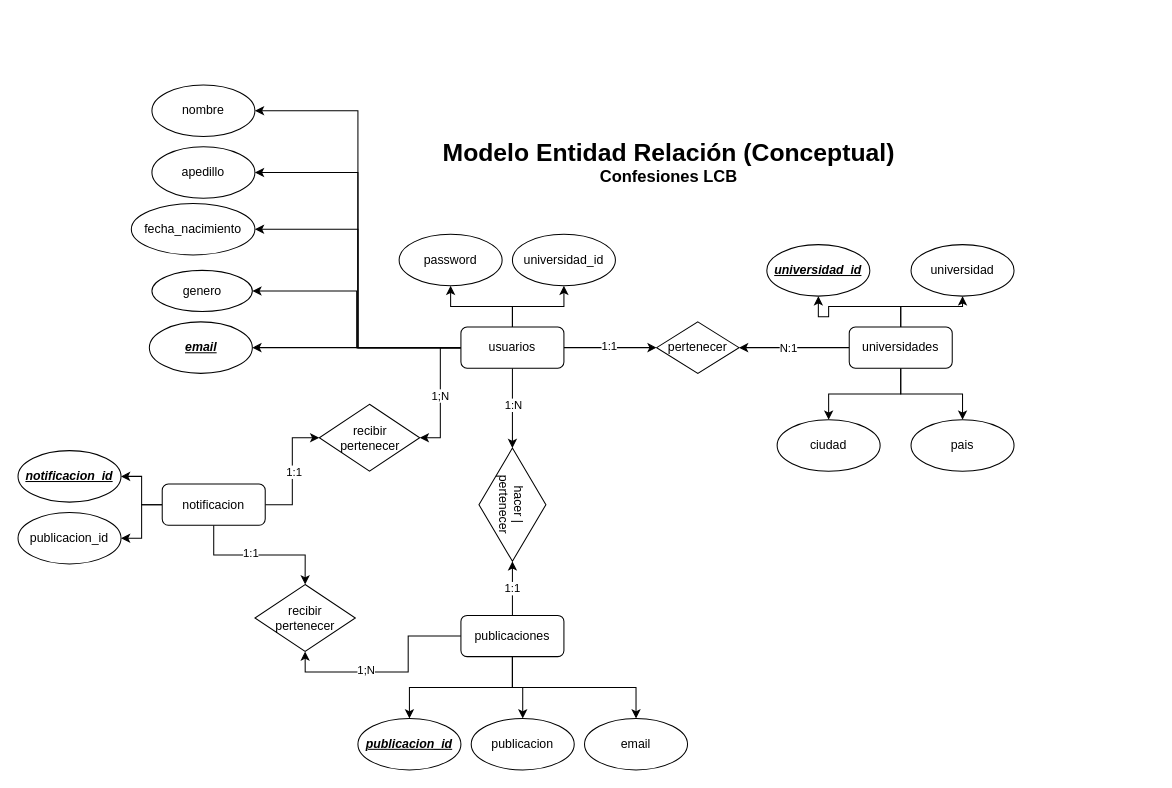
Before: Modelo_RL_confesionesLCB.drawio in sergioromero2k/2K_CodeConfessionsLCB, a draw.io diagram. Source tidied: cells renumbered, new cells numbered last; positions are measured from the earlier drawing's top-left corner, leaving out a move shared by most shapes. Both pictures are drawn from the tidied source at 103%, with x=0, y=0 at pixel (18, 84).
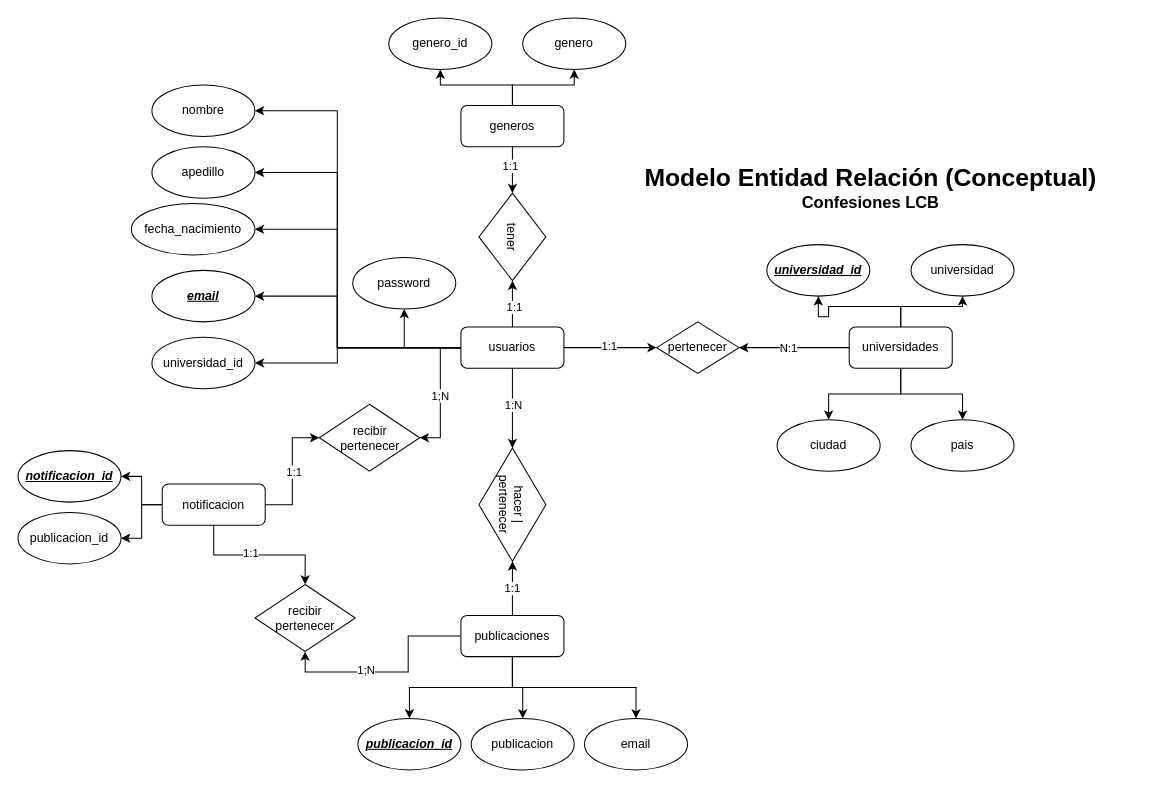
The same diagram, later.

Unchanged cells that the change refers to:
```xml
<mxCell id="2" value="nombre" style="ellipse;whiteSpace=wrap;html=1;" parent="1" vertex="1">
  <mxGeometry x="130" width="100" height="50" as="geometry" />
</mxCell>
<mxCell id="3" value="fecha_nacimiento" style="ellipse;whiteSpace=wrap;html=1;" parent="1" vertex="1">
  <mxGeometry x="110" y="115" width="120" height="50" as="geometry" />
</mxCell>
<mxCell id="21" value="usuarios" style="rounded=1;whiteSpace=wrap;html=1;" parent="1" vertex="1">
  <mxGeometry x="430" y="235" width="100" height="40" as="geometry" />
</mxCell>
<mxCell id="56" value="apedillo" style="ellipse;whiteSpace=wrap;html=1;" parent="1" vertex="1">
  <mxGeometry x="130" y="60" width="100" height="50" as="geometry" />
</mxCell>
```

Diff of the diagram source:
```diff
@@
-    <mxCell id="4" value="genero" style="ellipse;whiteSpace=wrap;html=1;" parent="1" vertex="1">
-      <mxGeometry x="130" y="180" width="97.5" height="40" as="geometry" />
-    </mxCell>
     <mxCell id="5" value="&lt;i&gt;&lt;b&gt;&lt;u&gt;email&lt;/u&gt;&lt;/b&gt;&lt;/i&gt;" style="ellipse;whiteSpace=wrap;html=1;" parent="1" vertex="1">
-      <mxGeometry x="127.5" y="230" width="100" height="50" as="geometry" />
+      <mxGeometry x="130" y="180" width="100" height="50" as="geometry" />
     </mxCell>
     <mxCell id="6" value="password" style="ellipse;whiteSpace=wrap;html=1;" parent="1" vertex="1">
-      <mxGeometry x="370" y="145" width="100" height="50" as="geometry" />
+      <mxGeometry x="325" y="167.5" width="100" height="50" as="geometry" />
     </mxCell>
     <mxCell id="7" value="universidad_id" style="ellipse;whiteSpace=wrap;html=1;" parent="1" vertex="1">
-      <mxGeometry x="480" y="145" width="100" height="50" as="geometry" />
+      <mxGeometry x="130" y="245" width="100" height="50" as="geometry" />
     </mxCell>
@@
     <mxCell id="12" style="edgeStyle=orthogonalEdgeStyle;rounded=0;jettySize=auto;html=1;entryX=1;entryY=0.5;entryDx=0;entryDy=0;" parent="1" edge="1" source="21" target="2">
-      <mxGeometry relative="1" as="geometry" />
+      <mxGeometry relative="1" as="geometry">
+        <Array as="points">
+          <mxPoint x="310" y="255" />
+          <mxPoint x="310" y="25" />
+        </Array>
+      </mxGeometry>
     </mxCell>
     <mxCell id="13" style="edgeStyle=orthogonalEdgeStyle;rounded=0;jettySize=auto;html=1;entryX=1;entryY=0.5;entryDx=0;entryDy=0;" parent="1" edge="1" source="21" target="56">
-      <mxGeometry relative="1" as="geometry" />
+      <mxGeometry relative="1" as="geometry">
+        <Array as="points">
+          <mxPoint x="310" y="255" />
+          <mxPoint x="310" y="85" />
+        </Array>
+      </mxGeometry>
     </mxCell>
     <mxCell id="14" style="edgeStyle=orthogonalEdgeStyle;rounded=0;jettySize=auto;html=1;entryX=1;entryY=0.5;entryDx=0;entryDy=0;" parent="1" edge="1" source="21" target="3">
-      <mxGeometry relative="1" as="geometry" />
+      <mxGeometry relative="1" as="geometry">
+        <Array as="points">
+          <mxPoint x="310" y="255" />
+          <mxPoint x="310" y="140" />
+        </Array>
+      </mxGeometry>
     </mxCell>
-    <mxCell id="15" style="edgeStyle=orthogonalEdgeStyle;rounded=0;jettySize=auto;html=1;entryX=1;entryY=0.5;entryDx=0;entryDy=0;" parent="1" edge="1" source="21" target="4">
-      <mxGeometry relative="1" as="geometry" />
-    </mxCell>
     <mxCell id="16" style="edgeStyle=orthogonalEdgeStyle;rounded=0;jettySize=auto;html=1;entryX=1;entryY=0.5;entryDx=0;entryDy=0;" parent="1" edge="1" source="21" target="5">
-      <mxGeometry relative="1" as="geometry" />
+      <mxGeometry relative="1" as="geometry">
+        <Array as="points">
+          <mxPoint x="310" y="255" />
+          <mxPoint x="310" y="205" />
+        </Array>
+      </mxGeometry>
     </mxCell>
-    <mxCell id="17" style="edgeStyle=orthogonalEdgeStyle;rounded=0;jettySize=auto;html=1;entryX=0.5;entryY=1;entryDx=0;entryDy=0;" parent="1" edge="1" source="21" target="7">
-      <mxGeometry relative="1" as="geometry" />
-    </mxCell>
-    <mxCell id="18" style="edgeStyle=orthogonalEdgeStyle;rounded=0;jettySize=auto;html=1;entryX=0.5;entryY=1;entryDx=0;entryDy=0;" parent="1" edge="1" source="21" target="6">
-      <mxGeometry relative="1" as="geometry" />
-    </mxCell>
@@
+    <mxCell id="17" style="edgeStyle=orthogonalEdgeStyle;rounded=0;jettySize=auto;html=1;" parent="1" edge="1" source="21" target="7">
+      <mxGeometry relative="1" as="geometry">
+        <Array as="points">
+          <mxPoint x="310" y="255" />
+          <mxPoint x="310" y="270" />
+        </Array>
+      </mxGeometry>
+    </mxCell>
+    <mxCell id="59" style="edgeStyle=orthogonalEdgeStyle;rounded=0;jettySize=auto;html=1;entryX=1;entryY=0.5;entryDx=0;entryDy=0;" parent="1" edge="1" source="21" target="61">
+      <mxGeometry relative="1" as="geometry" />
+    </mxCell>
+    <mxCell id="60" value="1:1" style="edgeLabel;html=1;align=center;verticalAlign=middle;" parent="59" vertex="1">
+      <mxGeometry x="-0.09" y="-1" relative="1" as="geometry" />
+    </mxCell>
+    <mxCell id="18" style="edgeStyle=orthogonalEdgeStyle;rounded=0;jettySize=auto;html=1;entryX=0.5;entryY=1;entryDx=0;entryDy=0;" parent="1" edge="1" source="21" target="6">
+      <mxGeometry relative="1" as="geometry" />
+    </mxCell>
@@
     <mxCell id="58" value="&lt;b&gt;&lt;font style=&quot;font-size: 24px;&quot;&gt;Modelo Entidad Relación (Conceptual)&lt;/font&gt;&lt;/b&gt;&lt;div&gt;&lt;b&gt;&lt;font size=&quot;3&quot; style=&quot;&quot;&gt;Confesiones LCB&lt;/font&gt;&lt;/b&gt;&lt;/div&gt;" style="text;html=1;align=center;verticalAlign=middle;whiteSpace=wrap;rounded=0;" parent="1" vertex="1">
-      <mxGeometry x="357" y="60" width="550" height="30" as="geometry" />
+      <mxGeometry x="553" y="85" width="550" height="30" as="geometry" />
     </mxCell>
+    <mxCell id="61" value="&lt;div&gt;tener&lt;/div&gt;" style="rhombus;whiteSpace=wrap;html=1;rotation=90;" parent="1" vertex="1">
+      <mxGeometry x="437.5" y="115" width="85" height="65" as="geometry" />
+    </mxCell>
+    <mxCell id="62" style="edgeStyle=orthogonalEdgeStyle;rounded=0;jettySize=auto;html=1;entryX=0;entryY=0.5;entryDx=0;entryDy=0;" parent="1" edge="1" source="66" target="61">
+      <mxGeometry relative="1" as="geometry" />
+    </mxCell>
+    <mxCell id="63" value="1:1" style="edgeLabel;html=1;align=center;verticalAlign=middle;" parent="62" vertex="1">
+      <mxGeometry x="-0.19" y="-3" relative="1" as="geometry" />
+    </mxCell>
+    <mxCell id="64" style="edgeStyle=orthogonalEdgeStyle;rounded=0;jettySize=auto;html=1;entryX=0.5;entryY=1;entryDx=0;entryDy=0;" parent="1" edge="1" source="66" target="67">
+      <mxGeometry relative="1" as="geometry" />
+    </mxCell>
+    <mxCell id="65" style="edgeStyle=orthogonalEdgeStyle;rounded=0;jettySize=auto;html=1;entryX=0.5;entryY=1;entryDx=0;entryDy=0;" parent="1" edge="1" source="66" target="4">
+      <mxGeometry relative="1" as="geometry" />
+    </mxCell>
+    <mxCell id="66" value="generos" style="rounded=1;whiteSpace=wrap;html=1;" parent="1" vertex="1">
+      <mxGeometry x="430" y="20" width="100" height="40" as="geometry" />
+    </mxCell>
+    <mxCell id="67" value="genero_id" style="ellipse;whiteSpace=wrap;html=1;" parent="1" vertex="1">
+      <mxGeometry x="360" y="-65" width="100" height="50" as="geometry" />
+    </mxCell>
+    <mxCell id="4" value="genero" style="ellipse;whiteSpace=wrap;html=1;" parent="1" vertex="1">
+      <mxGeometry x="490" y="-65" width="100" height="50" as="geometry" />
+    </mxCell>
```
